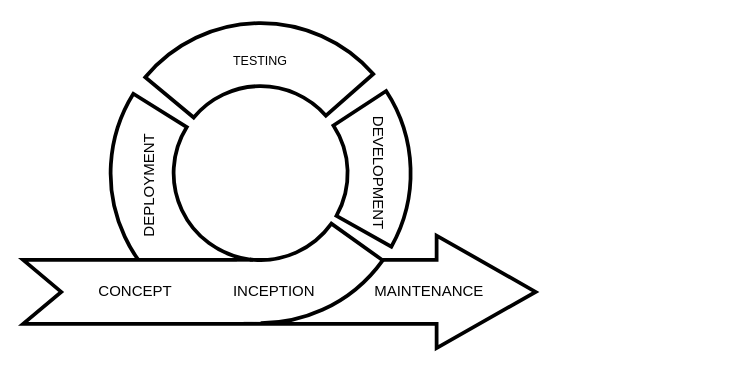
The draw.io diagram DOCS/Diagrams/AGILE Diagram Revised.drawio in alexxGmZ/MenuMaApp, before the edit. Source tidied: cells renumbered, new cells numbered last; positions are measured from the earlier drawing's top-left corner, leaving out a move shared by most shapes. Both pictures are drawn from the tidied source at 125%, with x=0, y=0 at pixel (22, 22).
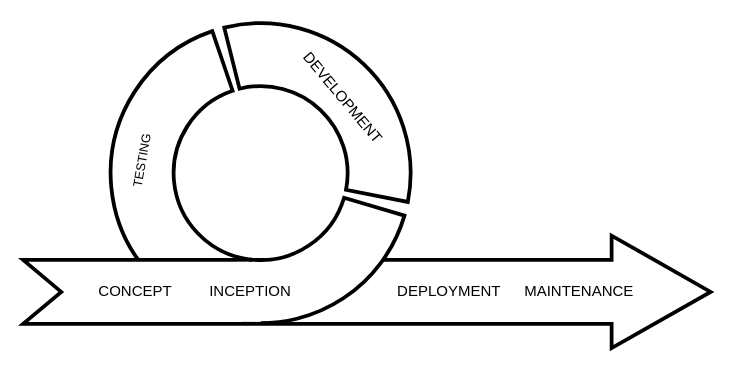
Above is the later version.

Commit message:
diagram(agile): agile diagram 2

The edit, as a diff of the source:
```diff
@@
 <mxGraphModel>
   <root>
     <mxCell id="0" />
     <mxCell id="1" parent="0" />
-    <mxCell id="2" style="verticalLabelPosition=bottom;verticalAlign=top;html=1;shape=mxgraph.basic.partConcEllipse;startAngle=0.5220651994738623;endAngle=0.8387354243783428;arcWidth=0.42;strokeWidth=3;" parent="1" vertex="1">
-      <mxGeometry x="70" width="240" height="240" as="geometry" />
-    </mxCell>
+    <mxCell id="8" style="verticalLabelPosition=bottom;verticalAlign=top;html=1;shape=mxgraph.basic.partConcEllipse;startAngle=0.5221378066508926;endAngle=0.9478093833828654;arcWidth=0.42;strokeWidth=3;" parent="1" vertex="1">
+      <mxGeometry x="70" width="240" height="240" as="geometry" />
+    </mxCell>
     <mxCell id="3" style="html=1;shadow=0;dashed=0;align=center;verticalAlign=middle;shape=mxgraph.arrows2.arrow;dy=0.43;dx=79.21;flipH=0;notch=30.5;strokeWidth=3;" parent="1" vertex="1">
-      <mxGeometry y="170" width="410" height="90" as="geometry" />
+      <mxGeometry y="170" width="550" height="90" as="geometry" />
     </mxCell>
-    <mxCell id="4" style="verticalLabelPosition=bottom;verticalAlign=top;html=1;shape=mxgraph.basic.partConcEllipse;startAngle=0.3487157716443733;endAngle=0.5161842834154327;arcWidth=0.42;strokeWidth=3;" parent="1" vertex="1">
+    <mxCell id="4" style="verticalLabelPosition=bottom;verticalAlign=top;html=1;shape=mxgraph.basic.partConcEllipse;startAngle=0.2957222633667779;endAngle=0.5174369402488821;arcWidth=0.42;strokeWidth=3;" parent="1" vertex="1">
       <mxGeometry x="70" width="240" height="240" as="geometry" />
     </mxCell>
-    <mxCell id="5" style="verticalLabelPosition=bottom;verticalAlign=top;html=1;shape=mxgraph.basic.partConcEllipse;startAngle=0.15778453946606544;endAngle=0.33163614296200095;arcWidth=0.42;strokeWidth=3;" parent="1" vertex="1">
+    <mxCell id="5" style="verticalLabelPosition=bottom;verticalAlign=top;html=1;shape=mxgraph.basic.partConcEllipse;startAngle=0.9610104348113153;endAngle=0.28078491517508236;arcWidth=0.42;strokeWidth=3;" parent="1" vertex="1">
       <mxGeometry x="70" width="240" height="240" as="geometry" />
     </mxCell>
     <mxCell id="6" value="&lt;font style=&quot;font-size: 12px;&quot;&gt;CONCEPT&lt;/font&gt;" style="text;html=1;strokeColor=none;fillColor=none;align=center;verticalAlign=middle;whiteSpace=wrap;rounded=0;strokeWidth=3;" parent="1" vertex="1">
       <mxGeometry x="50" y="200" width="80" height="30" as="geometry" />
     </mxCell>
-    <mxCell id="7" value="&lt;div style=&quot;&quot;&gt;&lt;font style=&quot;font-size: 12px;&quot;&gt;DEVELOPMENT&lt;/font&gt;&lt;/div&gt;" style="text;html=1;strokeColor=none;fillColor=none;align=center;verticalAlign=middle;whiteSpace=wrap;rounded=0;strokeWidth=3;rotation=90;" parent="1" vertex="1">
-      <mxGeometry x="240" y="110" width="88" height="20" as="geometry" />
+    <mxCell id="7" value="&lt;div style=&quot;&quot;&gt;&lt;font style=&quot;font-size: 12px;&quot;&gt;DEVELOPMENT&lt;/font&gt;&lt;/div&gt;" style="text;html=1;strokeColor=none;fillColor=none;align=center;verticalAlign=middle;whiteSpace=wrap;rounded=0;strokeWidth=3;rotation=50;" parent="1" vertex="1">
+      <mxGeometry x="212" y="50" width="88" height="20" as="geometry" />
     </mxCell>
-    <mxCell id="8" style="verticalLabelPosition=bottom;verticalAlign=top;html=1;shape=mxgraph.basic.partConcEllipse;startAngle=0.860329887143208;endAngle=0.1351450632786287;arcWidth=0.42;strokeWidth=3;" parent="1" vertex="1">
-      <mxGeometry x="70" width="240" height="240" as="geometry" />
-    </mxCell>
-    <mxCell id="9" value="&lt;div style=&quot;&quot;&gt;&lt;font style=&quot;font-size: 10px;&quot;&gt;TESTING&lt;/font&gt;&lt;/div&gt;" style="text;html=1;strokeColor=none;fillColor=none;align=center;verticalAlign=middle;whiteSpace=wrap;rounded=0;strokeWidth=3;" parent="1" vertex="1">
-      <mxGeometry x="165" y="20" width="50" height="20" as="geometry" />
+    <mxCell id="9" value="&lt;div style=&quot;&quot;&gt;&lt;font style=&quot;font-size: 10px;&quot;&gt;TESTING&lt;/font&gt;&lt;/div&gt;" style="text;html=1;strokeColor=none;fillColor=none;align=center;verticalAlign=middle;whiteSpace=wrap;rounded=0;strokeWidth=3;rotation=-80;" parent="1" vertex="1">
+      <mxGeometry x="70" y="100" width="50" height="20" as="geometry" />
     </mxCell>
-    <mxCell id="10" value="&lt;div style=&quot;&quot;&gt;&lt;font style=&quot;font-size: 12px;&quot;&gt;DEPLOYMENT&lt;/font&gt;&lt;/div&gt;" style="text;html=1;strokeColor=none;fillColor=none;align=center;verticalAlign=middle;whiteSpace=wrap;rounded=0;strokeWidth=3;rotation=-90;" parent="1" vertex="1">
-      <mxGeometry x="60" y="120" width="82" height="20" as="geometry" />
+    <mxCell id="10" value="&lt;div style=&quot;&quot;&gt;&lt;font style=&quot;font-size: 12px;&quot;&gt;DEPLOYMENT&lt;/font&gt;&lt;/div&gt;" style="text;html=1;strokeColor=none;fillColor=none;align=center;verticalAlign=middle;whiteSpace=wrap;rounded=0;strokeWidth=3;rotation=0;" parent="1" vertex="1">
+      <mxGeometry x="300" y="205" width="82" height="20" as="geometry" />
     </mxCell>
     <mxCell id="11" value="&lt;font style=&quot;font-size: 12px;&quot;&gt;MAINTENANCE&lt;/font&gt;" style="text;html=1;strokeColor=none;fillColor=none;align=center;verticalAlign=middle;whiteSpace=wrap;rounded=0;strokeWidth=3;" parent="1" vertex="1">
-      <mxGeometry x="280" y="200" width="90" height="30" as="geometry" />
+      <mxGeometry x="400" y="200" width="90" height="30" as="geometry" />
     </mxCell>
     <mxCell id="12" style="rounded=0;whiteSpace=wrap;html=1;strokeWidth=0;fontSize=12;strokeColor=none;" parent="1" vertex="1">
       <mxGeometry x="171" y="191" width="14" height="20" as="geometry" />
     </mxCell>
     <mxCell id="13" style="rounded=0;whiteSpace=wrap;html=1;strokeWidth=0;fontSize=12;strokeColor=none;" parent="1" vertex="1">
       <mxGeometry x="173" y="210" width="17" height="29" as="geometry" />
     </mxCell>
     <mxCell id="14" value="&lt;div style=&quot;&quot;&gt;&lt;font style=&quot;font-size: 12px;&quot;&gt;INCEPTION&lt;/font&gt;&lt;/div&gt;" style="text;html=1;strokeColor=none;fillColor=none;align=center;verticalAlign=middle;whiteSpace=wrap;rounded=0;strokeWidth=3;rotation=0;" parent="1" vertex="1">
-      <mxGeometry x="171" y="200" width="60" height="30" as="geometry" />
+      <mxGeometry x="151.5" y="200" width="60" height="30" as="geometry" />
     </mxCell>
   </root>
 </mxGraphModel>
```
